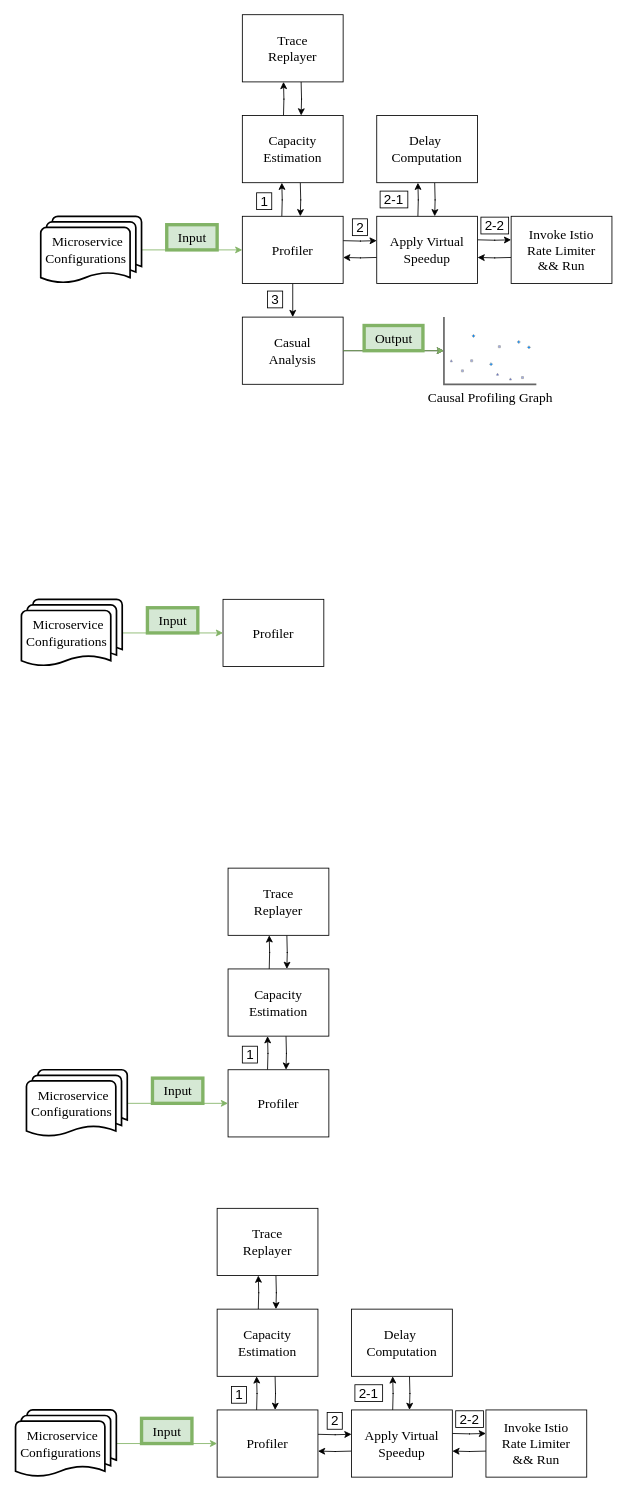
Above: system.drawio in yizhengx/draw.io (draw.io), before the change. Source tidied: cells renumbered, new cells numbered last; positions are measured from the earlier drawing's top-left corner, leaving out a move shared by most shapes. Both pictures are drawn from the tidied source at 84%, with x=0, y=0 at pixel (15, 14).
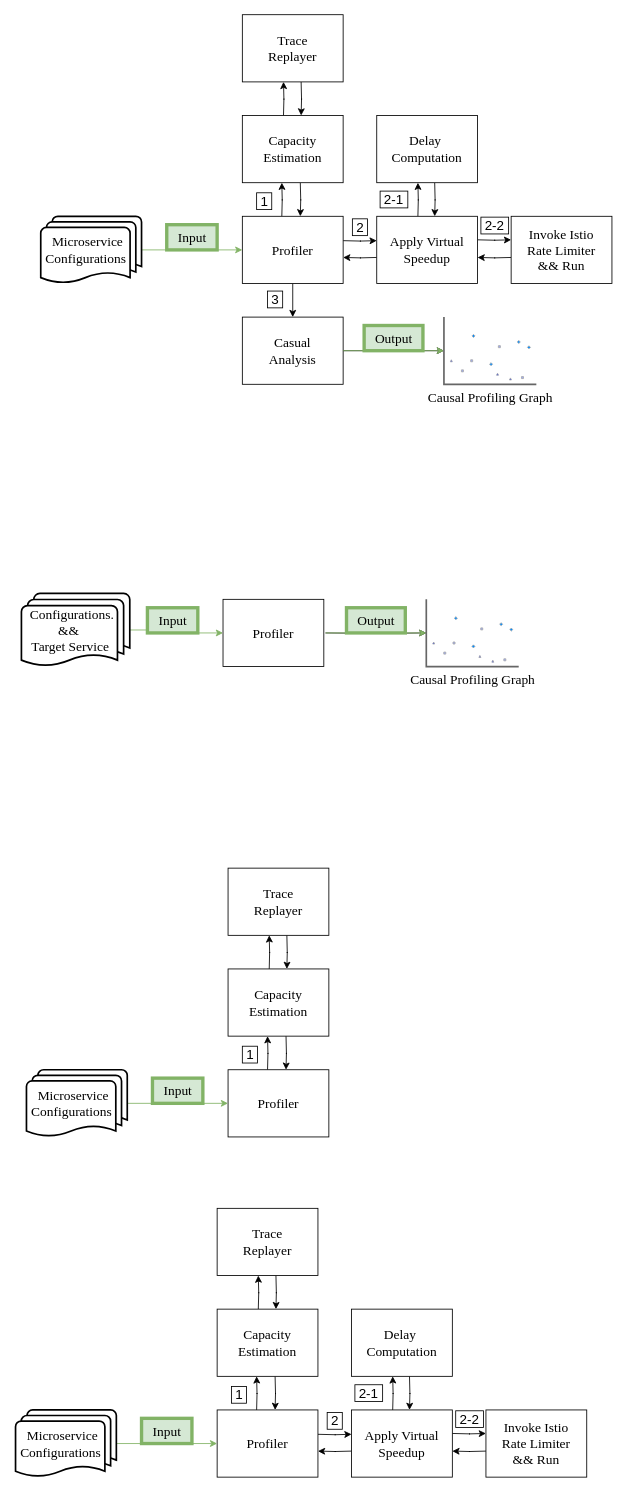
Above is the later version.

Change to the diagram source:
```diff
@@
-    <mxCell id="35" value="&lt;font style=&quot;font-size: 16px;&quot;&gt;Microservice&amp;nbsp;&amp;nbsp;&lt;br&gt;Configurations&amp;nbsp; &amp;nbsp;&lt;br&gt;&lt;/font&gt;" style="strokeWidth=2;html=1;shape=mxgraph.flowchart.multi-document;whiteSpace=wrap;fontFamily=Times New Roman;" parent="1" vertex="1">
-      <mxGeometry x="7" y="696" width="120" height="80" as="geometry" />
+    <mxCell id="35" value="&lt;font style=&quot;font-size: 16px;&quot;&gt;Configurations.&amp;nbsp;&amp;nbsp;&lt;br&gt;&amp;amp;&amp;amp;&amp;nbsp; &amp;nbsp;&amp;nbsp;&lt;br&gt;Target Service&amp;nbsp; &amp;nbsp;&lt;br&gt;&lt;/font&gt;" style="strokeWidth=2;html=1;shape=mxgraph.flowchart.multi-document;whiteSpace=wrap;fontFamily=Times New Roman;" parent="1" vertex="1">
+      <mxGeometry x="7" y="689" width="129" height="87" as="geometry" />
     </mxCell>
@@
+    <mxCell id="71" style="verticalLabelPosition=bottom;shadow=0;dashed=0;align=center;html=1;verticalAlign=top;strokeWidth=1;shape=mxgraph.mockup.graphics.plotChart;strokeColor=none;strokeColor2=#aaaaaa;strokeColor3=#666666;fillColor2=#99aaff,#0022ff,#008cff;gradientColor=none;fontFamily=Times New Roman;" parent="1" vertex="1">
+      <mxGeometry x="489" y="696" width="110" height="80" as="geometry" />
+    </mxCell>
+    <mxCell id="72" style="edgeStyle=orthogonalEdgeStyle;rounded=0;jettySize=auto;html=1;exitX=1;exitY=0.5;exitDx=0;exitDy=0;entryX=0;entryY=0.5;entryDx=0;entryDy=0;entryPerimeter=0;fontFamily=Times New Roman;" parent="1" edge="1" target="71">
+      <mxGeometry relative="1" as="geometry">
+        <mxPoint x="369" y="736" as="sourcePoint" />
+      </mxGeometry>
+    </mxCell>
+    <mxCell id="73" style="edgeStyle=orthogonalEdgeStyle;rounded=0;orthogonalLoop=1;jettySize=auto;html=1;exitX=1;exitY=0.5;exitDx=0;exitDy=0;exitPerimeter=0;fillColor=#d5e8d4;strokeColor=#82b366;fontFamily=Times New Roman;" parent="1" edge="1">
+      <mxGeometry relative="1" as="geometry">
+        <mxPoint x="369" y="736" as="sourcePoint" />
+        <mxPoint x="489" y="736" as="targetPoint" />
+      </mxGeometry>
+    </mxCell>
+    <mxCell id="74" value="&lt;font style=&quot;font-size: 16px;&quot;&gt;Output&lt;/font&gt;" style="text;html=1;align=center;verticalAlign=middle;strokeColor=#82b366;fillColor=#d5e8d4;strokeWidth=4;fontFamily=Times New Roman;" parent="1" vertex="1">
+      <mxGeometry x="394" y="706" width="70" height="30" as="geometry" />
+    </mxCell>
+    <mxCell id="75" value="&lt;font style=&quot;font-size: 16px;&quot;&gt;Causal Profiling Graph&lt;/font&gt;" style="text;html=1;align=center;verticalAlign=middle;strokeColor=none;fillColor=none;fontFamily=Times New Roman;" parent="1" vertex="1">
+      <mxGeometry x="459" y="776" width="170" height="30" as="geometry" />
+    </mxCell>
```
